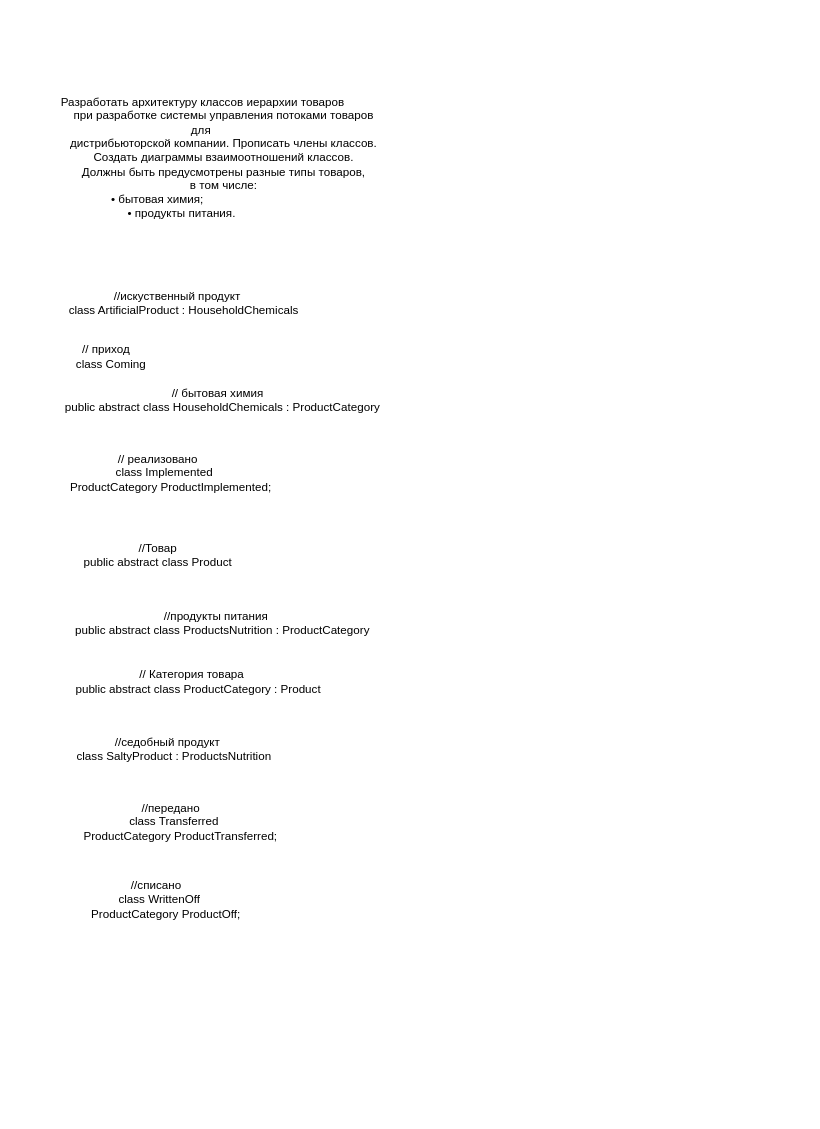
Above: Диаграмма по принц SOLID  .drawio in NikolajGrom/Nik (draw.io), before the change. Source tidied: cells renumbered, new cells numbered last; positions are measured from the earlier drawing's top-left corner, leaving out a move shared by most shapes. Both pictures are drawn from the tidied source at 97%, with x=0, y=0 at pixel (16, 55).
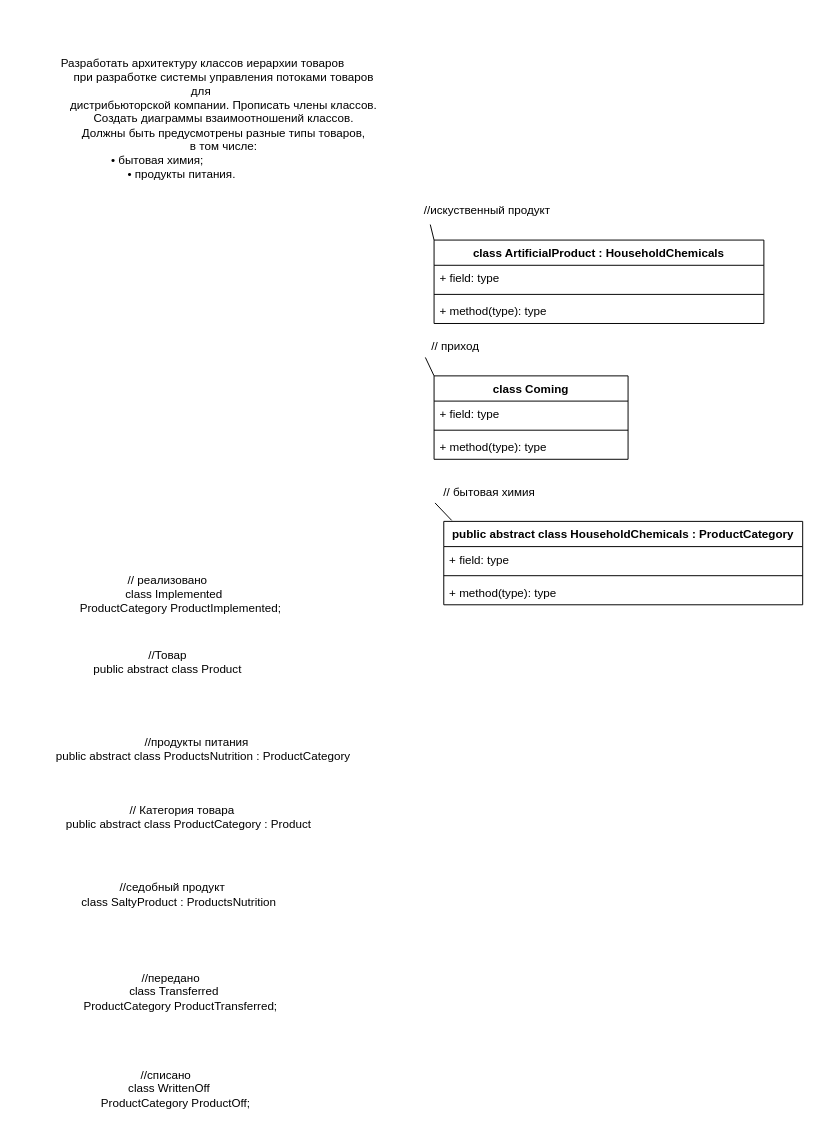
After the change.

Change to the diagram source:
```diff
@@
     <mxCell id="2" value="&lt;div&gt;&amp;nbsp;Разработать архитектуру классов иерархии товаров&lt;/div&gt;&lt;div&gt;&amp;nbsp; &amp;nbsp; &amp;nbsp; &amp;nbsp; &amp;nbsp; &amp;nbsp; &amp;nbsp; при разработке системы управления потоками товаров для&lt;/div&gt;&lt;div&gt;&amp;nbsp; &amp;nbsp; &amp;nbsp; &amp;nbsp; &amp;nbsp; &amp;nbsp; &amp;nbsp; дистрибьюторской компании. Прописать члены классов.&lt;/div&gt;&lt;div&gt;&amp;nbsp; &amp;nbsp; &amp;nbsp; &amp;nbsp; &amp;nbsp; &amp;nbsp; &amp;nbsp; Создать диаграммы взаимоотношений классов.&lt;/div&gt;&lt;div&gt;&amp;nbsp; &amp;nbsp; &amp;nbsp; &amp;nbsp; &amp;nbsp; &amp;nbsp; &amp;nbsp; Должны быть предусмотрены разные типы товаров,&lt;/div&gt;&lt;div&gt;&amp;nbsp; &amp;nbsp; &amp;nbsp; &amp;nbsp; &amp;nbsp; &amp;nbsp; &amp;nbsp; в том числе:&lt;/div&gt;&lt;div&gt;&amp;nbsp; &amp;nbsp; &amp;nbsp; &amp;nbsp; &amp;nbsp; &amp;nbsp; &amp;nbsp; • бытовая химия;&amp;nbsp; &amp;nbsp; &amp;nbsp; &amp;nbsp; &amp;nbsp; &amp;nbsp; &amp;nbsp; &amp;nbsp; &amp;nbsp; &amp;nbsp; &amp;nbsp; &amp;nbsp; &amp;nbsp; &amp;nbsp; &amp;nbsp; &amp;nbsp; &amp;nbsp; &amp;nbsp; &amp;nbsp; &amp;nbsp; &amp;nbsp;&lt;/div&gt;&lt;div&gt;&amp;nbsp; &amp;nbsp; &amp;nbsp; &amp;nbsp; &amp;nbsp; &amp;nbsp; &amp;nbsp; • продукты питания.&amp;nbsp; &amp;nbsp; &amp;nbsp; &amp;nbsp; &amp;nbsp; &amp;nbsp; &amp;nbsp; &amp;nbsp; &amp;nbsp; &amp;nbsp; &amp;nbsp; &amp;nbsp; &amp;nbsp;&amp;nbsp;&lt;/div&gt;" style="text;html=1;strokeColor=none;fillColor=none;align=center;verticalAlign=middle;whiteSpace=wrap;rounded=0;" parent="1" vertex="1">
-      <mxGeometry width="380" height="210" as="geometry" />
+      <mxGeometry y="-40" width="380" height="210" as="geometry" />
     </mxCell>
-    <mxCell id="3" value="&lt;div&gt;//искуственный продукт&lt;/div&gt;&lt;div&gt;&amp;nbsp; &amp;nbsp; class ArtificialProduct : HouseholdChemicals&lt;/div&gt;" style="text;html=1;align=center;verticalAlign=middle;strokeColor=none;fillColor=none;" parent="1" vertex="1">
-      <mxGeometry x="30" y="240" width="270" height="30" as="geometry" />
-    </mxCell>
-    <mxCell id="4" value="&lt;div&gt;&amp;nbsp;// приход&lt;/div&gt;&lt;div&gt;&amp;nbsp; &amp;nbsp; class Coming&lt;/div&gt;" style="text;html=1;align=center;verticalAlign=middle;strokeColor=none;fillColor=none;" parent="1" vertex="1">
-      <mxGeometry x="40" y="295" width="100" height="30" as="geometry" />
-    </mxCell>
-    <mxCell id="5" value="&lt;div&gt;&amp;nbsp;// бытовая химия&lt;/div&gt;&lt;div&gt;&amp;nbsp; &amp;nbsp; public abstract class HouseholdChemicals : ProductСategory&lt;/div&gt;" style="text;html=1;align=center;verticalAlign=middle;strokeColor=none;fillColor=none;" parent="1" vertex="1">
-      <mxGeometry x="30" y="340" width="350" height="30" as="geometry" />
-    </mxCell>
     <mxCell id="6" value="&lt;div&gt;// реализовано&lt;/div&gt;&lt;div&gt;&amp;nbsp; &amp;nbsp; class Implemented&lt;/div&gt;&lt;div&gt;&amp;nbsp; &amp;nbsp; &amp;nbsp; &amp;nbsp; ProductСategory ProductImplemented;&lt;/div&gt;" style="text;html=1;align=center;verticalAlign=middle;strokeColor=none;fillColor=none;" parent="1" vertex="1">
-      <mxGeometry x="20" y="405" width="250" height="50" as="geometry" />
+      <mxGeometry x="30" y="530" width="250" height="50" as="geometry" />
     </mxCell>
     <mxCell id="7" value="&lt;div&gt;//Товар&lt;/div&gt;&lt;div&gt;public abstract class Product&lt;/div&gt;" style="text;html=1;align=center;verticalAlign=middle;strokeColor=none;fillColor=none;" parent="1" vertex="1">
-      <mxGeometry x="60" y="500" width="170" height="30" as="geometry" />
+      <mxGeometry x="70" y="610" width="170" height="30" as="geometry" />
     </mxCell>
     <mxCell id="8" value="&lt;div&gt;//продукты питания&lt;/div&gt;&lt;div&gt;&amp;nbsp; &amp;nbsp; public abstract class ProductsNutrition : ProductСategory&lt;/div&gt;" style="text;html=1;align=center;verticalAlign=middle;strokeColor=none;fillColor=none;" parent="1" vertex="1">
-      <mxGeometry x="40" y="570" width="330" height="30" as="geometry" />
+      <mxGeometry x="20" y="700" width="330" height="30" as="geometry" />
     </mxCell>
     <mxCell id="9" value="&lt;div&gt;// Категория товара&lt;/div&gt;&lt;div&gt;&amp;nbsp; &amp;nbsp; public abstract class ProductСategory : Product&lt;/div&gt;" style="text;html=1;align=center;verticalAlign=middle;strokeColor=none;fillColor=none;" parent="1" vertex="1">
-      <mxGeometry x="40" y="630" width="280" height="30" as="geometry" />
+      <mxGeometry x="30" y="770" width="280" height="30" as="geometry" />
     </mxCell>
     <mxCell id="10" value="&lt;div&gt;//седобный продукт&lt;/div&gt;&lt;div&gt;&amp;nbsp; &amp;nbsp; class SaltyProduct : ProductsNutrition&lt;/div&gt;" style="text;html=1;align=center;verticalAlign=middle;strokeColor=none;fillColor=none;" parent="1" vertex="1">
-      <mxGeometry x="40" y="700" width="230" height="30" as="geometry" />
+      <mxGeometry x="45" y="850" width="230" height="30" as="geometry" />
     </mxCell>
     <mxCell id="11" value="&lt;div&gt;&amp;nbsp; //передано&lt;/div&gt;&lt;div&gt;&amp;nbsp; &amp;nbsp; class Transferred&lt;/div&gt;&lt;div&gt;&amp;nbsp; &amp;nbsp; &amp;nbsp; &amp;nbsp; ProductСategory ProductTransferred;&lt;/div&gt;" style="text;html=1;align=center;verticalAlign=middle;strokeColor=none;fillColor=none;" parent="1" vertex="1">
-      <mxGeometry x="35" y="765" width="240" height="50" as="geometry" />
+      <mxGeometry x="35" y="940" width="240" height="50" as="geometry" />
     </mxCell>
     <mxCell id="12" value="&lt;div&gt;&amp;nbsp; //списано&lt;/div&gt;&lt;div&gt;&amp;nbsp; &amp;nbsp; class WrittenOff&lt;/div&gt;&lt;div&gt;&amp;nbsp; &amp;nbsp; &amp;nbsp; &amp;nbsp; ProductСategory ProductOff;&lt;/div&gt;" style="text;html=1;align=center;verticalAlign=middle;strokeColor=none;fillColor=none;" parent="1" vertex="1">
-      <mxGeometry x="40" y="845" width="200" height="50" as="geometry" />
+      <mxGeometry x="50" y="1040" width="200" height="50" as="geometry" />
     </mxCell>
+    <mxCell id="13" value="class ArtificialProduct : HouseholdChemicals" style="swimlane;fontStyle=1;align=center;verticalAlign=top;horizontal=1;startSize=26;" parent="1" vertex="1">
+      <mxGeometry x="430" y="190" width="340" height="86" as="geometry" />
+    </mxCell>
+    <mxCell id="14" value="+ field: type" style="text;strokeColor=none;fillColor=none;align=left;verticalAlign=top;spacingLeft=4;spacingRight=4;overflow=hidden;" parent="13" vertex="1">
+      <mxGeometry y="26" width="340" height="26" as="geometry" />
+    </mxCell>
+    <mxCell id="15" style="line;strokeWidth=1;fillColor=none;align=left;verticalAlign=middle;spacingTop=-1;spacingLeft=3;spacingRight=3;labelPosition=right;" parent="13" vertex="1">
+      <mxGeometry y="52" width="340" height="8" as="geometry" />
+    </mxCell>
+    <mxCell id="16" value="+ method(type): type" style="text;strokeColor=none;fillColor=none;align=left;verticalAlign=top;spacingLeft=4;spacingRight=4;overflow=hidden;" parent="13" vertex="1">
+      <mxGeometry y="60" width="340" height="26" as="geometry" />
+    </mxCell>
+    <mxCell id="17" value="&lt;span&gt;//искуственный продукт&lt;/span&gt;" style="text;html=1;strokeColor=none;fillColor=none;align=center;verticalAlign=middle;whiteSpace=wrap;rounded=0;" parent="1" vertex="1">
+      <mxGeometry x="415" y="150" width="140" height="20" as="geometry" />
+    </mxCell>
+    <mxCell id="18" value="class Coming" style="swimlane;fontStyle=1;align=center;verticalAlign=top;horizontal=1;startSize=26;" parent="1" vertex="1">
+      <mxGeometry x="430" y="330" width="200" height="86" as="geometry" />
+    </mxCell>
+    <mxCell id="19" value="+ field: type" style="text;strokeColor=none;fillColor=none;align=left;verticalAlign=top;spacingLeft=4;spacingRight=4;overflow=hidden;" parent="18" vertex="1">
+      <mxGeometry y="26" width="200" height="26" as="geometry" />
+    </mxCell>
+    <mxCell id="20" style="line;strokeWidth=1;fillColor=none;align=left;verticalAlign=middle;spacingTop=-1;spacingLeft=3;spacingRight=3;labelPosition=right;" parent="18" vertex="1">
+      <mxGeometry y="52" width="200" height="8" as="geometry" />
+    </mxCell>
+    <mxCell id="21" value="+ method(type): type" style="text;strokeColor=none;fillColor=none;align=left;verticalAlign=top;spacingLeft=4;spacingRight=4;overflow=hidden;" parent="18" vertex="1">
+      <mxGeometry y="60" width="200" height="26" as="geometry" />
+    </mxCell>
+    <mxCell id="22" value="&amp;nbsp;// приход" style="text;html=1;align=center;verticalAlign=middle;points=[];strokeColor=none;fillColor=none;" parent="1" vertex="1">
+      <mxGeometry x="415" y="290" width="70" height="20" as="geometry" />
+    </mxCell>
+    <mxCell id="23" style="endArrow=none;html=1;exitX=0.086;exitY=1.05;exitDx=0;exitDy=0;exitPerimeter=0;entryX=0;entryY=0;entryDx=0;entryDy=0;" parent="1" edge="1" source="22" target="18">
+      <mxGeometry relative="1" as="geometry" />
+    </mxCell>
+    <mxCell id="24" style="endArrow=none;html=1;entryX=0.079;entryY=1.2;entryDx=0;entryDy=0;entryPerimeter=0;exitX=0;exitY=0;exitDx=0;exitDy=0;" parent="1" edge="1" source="13" target="17">
+      <mxGeometry relative="1" as="geometry" />
+    </mxCell>
+    <mxCell id="25" value="public abstract class HouseholdChemicals : ProductСategory" style="swimlane;fontStyle=1;align=center;verticalAlign=top;horizontal=1;startSize=26;" parent="1" vertex="1">
+      <mxGeometry x="440" y="480" width="370" height="86" as="geometry" />
+    </mxCell>
+    <mxCell id="26" value="+ field: type" style="text;strokeColor=none;fillColor=none;align=left;verticalAlign=top;spacingLeft=4;spacingRight=4;overflow=hidden;" parent="25" vertex="1">
+      <mxGeometry y="26" width="370" height="26" as="geometry" />
+    </mxCell>
+    <mxCell id="27" style="line;strokeWidth=1;fillColor=none;align=left;verticalAlign=middle;spacingTop=-1;spacingLeft=3;spacingRight=3;labelPosition=right;" parent="25" vertex="1">
+      <mxGeometry y="52" width="370" height="8" as="geometry" />
+    </mxCell>
+    <mxCell id="28" value="+ method(type): type" style="text;strokeColor=none;fillColor=none;align=left;verticalAlign=top;spacingLeft=4;spacingRight=4;overflow=hidden;" parent="25" vertex="1">
+      <mxGeometry y="60" width="370" height="26" as="geometry" />
+    </mxCell>
+    <mxCell id="29" value="&amp;nbsp;// бытовая химия" style="text;html=1;align=center;verticalAlign=middle;points=[];strokeColor=none;fillColor=none;" parent="1" vertex="1">
+      <mxGeometry x="430" y="440" width="110" height="20" as="geometry" />
+    </mxCell>
+    <mxCell id="30" style="endArrow=none;html=1;entryX=0.009;entryY=1.05;entryDx=0;entryDy=0;entryPerimeter=0;exitX=0.022;exitY=-0.012;exitDx=0;exitDy=0;exitPerimeter=0;" parent="1" edge="1" source="25" target="29">
+      <mxGeometry relative="1" as="geometry" />
+    </mxCell>
```
